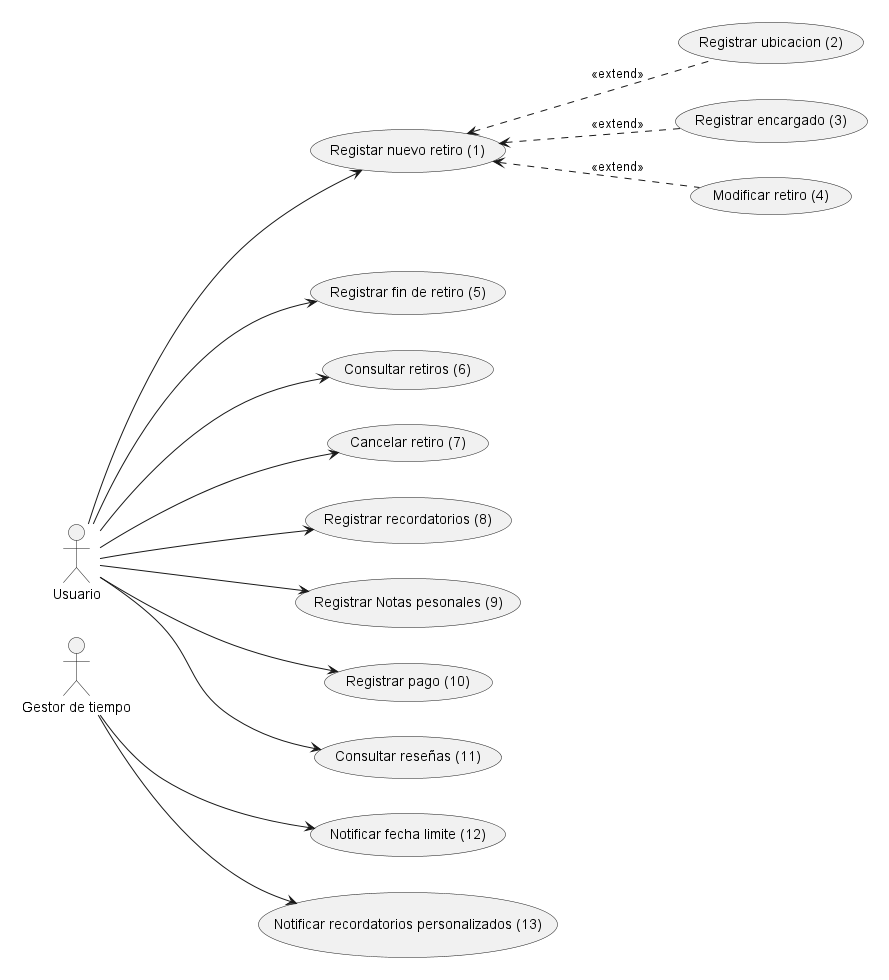
This is out/TPI/CU_TPI/diagrama caso de uso TPI.png from angelkemerer/diagramas-uml, a PlantUML export, as it was before one commit.
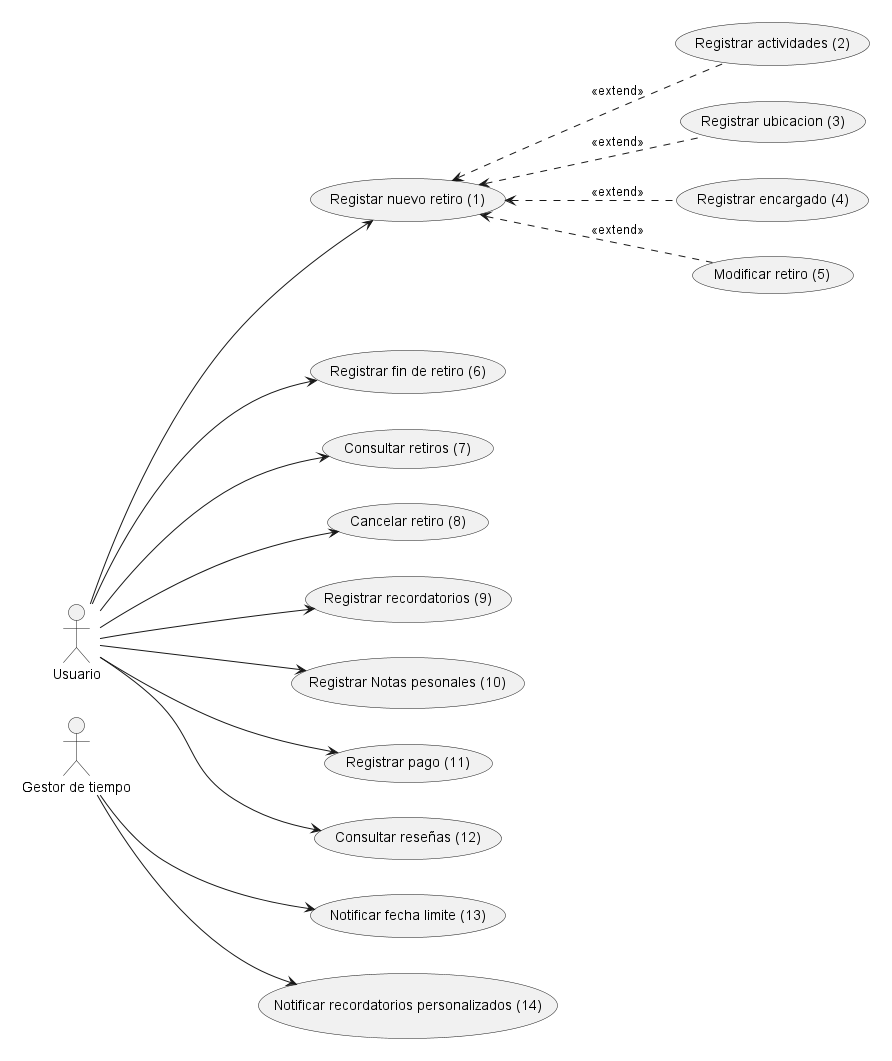
Above is the later version.

What changed in the source:
```diff
@@ -12,38 +12,40 @@
 package {
     left to right direction
     usecase "Registar nuevo retiro (1)" as UC1
-    usecase "Modificar retiro (4)" as UC4
-    usecase "Registrar encargado (3)" as UC3
-    usecase "Registrar ubicacion (2)" as UC2
+    usecase "Modificar retiro (5)" as UC5
+    usecase "Registrar encargado (4)" as UC4
+    usecase "Registrar ubicacion (3)" as UC3
+    usecase "Registrar actividades (2)" as UC2
 
     UC1 <.. UC2 : <<extend>>
     UC1 <.. UC3 : <<extend>>
     UC1 <.. UC4 : <<extend>>
+    UC1 <.. UC5 : <<extend>>
 }
 
 package {
     left to right direction
-    usecase "Registrar fin de retiro (5)" as UC5
-    usecase "Consultar retiros (6)" as UC6
-    usecase "Cancelar retiro (7)" as UC7
-    usecase "Registrar recordatorios (8)" as UC8
-    usecase "Registrar Notas pesonales (9)" as UC9
-    usecase "Registrar pago (10)" as UC10
-    usecase "Consultar reseñas (11)" as UC11
-    usecase "Notificar fecha limite (12)" as UC12
-    usecase "Notificar recordatorios personalizados (13)" as UC13
+    usecase "Registrar fin de retiro (6)" as UC6
+    usecase "Consultar retiros (7)" as UC7
+    usecase "Cancelar retiro (8)" as UC8
+    usecase "Registrar recordatorios (9)" as UC9
+    usecase "Registrar Notas pesonales (10)" as UC10
+    usecase "Registrar pago (11)" as UC11
+    usecase "Consultar reseñas (12)" as UC12
+    usecase "Notificar fecha limite (13)" as UC13
+    usecase "Notificar recordatorios personalizados (14)" as UC14
 }
 
 us ---> UC1
-us ---> UC5
 us ---> UC6
 us ---> UC7
 us ---> UC8
 us ---> UC9
 us ---> UC10
 us ---> UC11
+us ---> UC12
 
-time ---> UC12
-time --> UC13
+time ---> UC13
+time --> UC14
 
 @enduml
```
